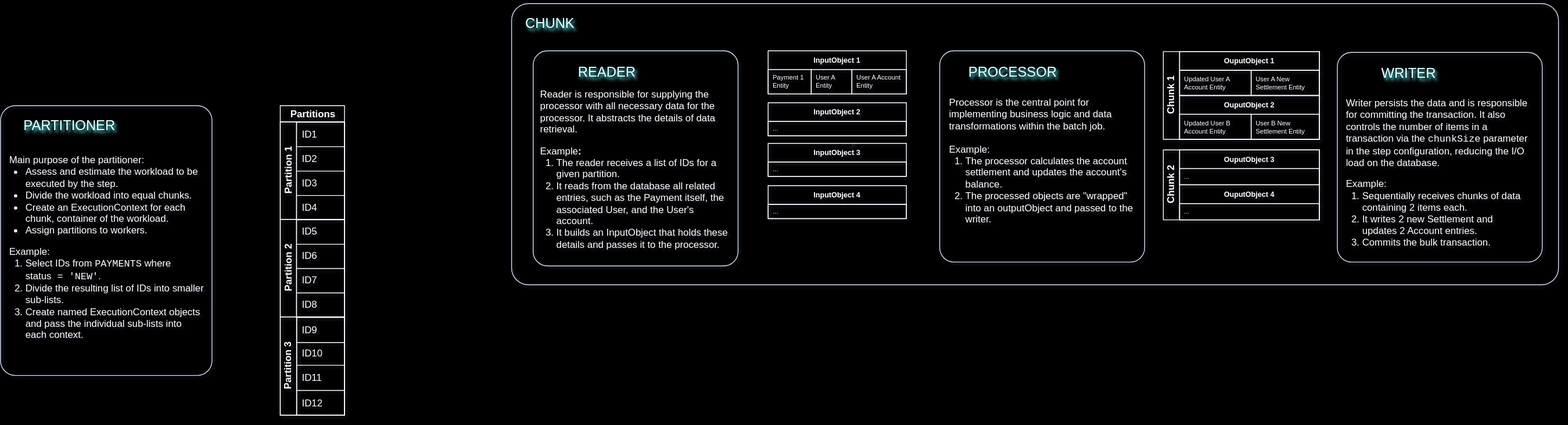
Above: public/images/spring-batch-data-flow.drawio.svg in gsaukov/spring-batch-demo (draw.io), before the change. Source tidied: cells renumbered, new cells last; positions are measured from the earlier drawing's top-left corner, leaving out a move shared by most shapes.
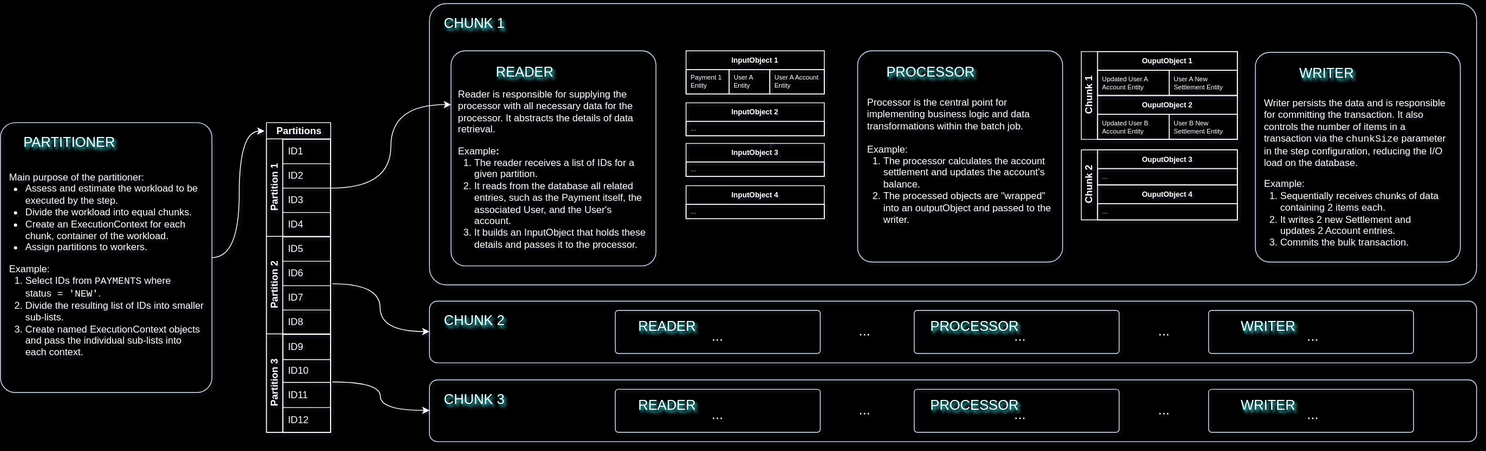
Above is the later version.

The edit, as a diff of the source:
```diff
@@ -11,14 +11,17 @@
     <mxCell id="4" style="rounded=1;whiteSpace=wrap;html=1;shadow=0;arcSize=7;fillColor=none;glass=0;perimeterSpacing=0;labelBorderColor=none;shadowOffsetX=2;shadowOpacity=80;shadowColor=#33FFFF;strokeColor=#D4E1F5;strokeWidth=1;shadowBlur=1;shadowOffsetY=2;" parent="1" vertex="1">
       <mxGeometry x="1155" y="58" width="252" height="260" as="geometry" />
     </mxCell>
+    <mxCell id="71" style="edgeStyle=orthogonalEdgeStyle;rounded=0;jettySize=auto;html=1;entryX=-0.03;entryY=0.027;entryDx=0;entryDy=0;entryPerimeter=0;strokeColor=#FFFFFF;curved=1;" parent="1" edge="1" source="5" target="14">
+      <mxGeometry relative="1" as="geometry" />
+    </mxCell>
     <mxCell id="5" style="rounded=1;whiteSpace=wrap;html=1;shadow=0;arcSize=7;fillColor=none;glass=0;perimeterSpacing=0;labelBorderColor=none;shadowOffsetX=2;shadowOpacity=80;shadowColor=#33FFFF;strokeColor=#D4E1F5;strokeWidth=1;shadowBlur=1;shadowOffsetY=2;" parent="1" vertex="1">
-      <mxGeometry y="125.5" width="260" height="332" as="geometry" />
+      <mxGeometry x="101" y="146.5" width="260" height="332" as="geometry" />
     </mxCell>
     <mxCell id="6" value="PARTITIONER" style="text;html=1;strokeColor=none;fillColor=none;align=center;verticalAlign=middle;whiteSpace=wrap;rounded=0;shadow=1;sketch=0;shadowColor=#33FFFF;textShadow=1;fontColor=#FFFFFF;shadowOpacity=80;fontSize=17;" parent="1" vertex="1">
-      <mxGeometry x="30" y="125.5" width="110" height="50" as="geometry" />
+      <mxGeometry x="131" y="146.5" width="110" height="50" as="geometry" />
     </mxCell>
     <mxCell id="7" value="&lt;p style=&quot;margin-bottom: 0px; margin-top: 12px;&quot;&gt;Main purpose of the partitioner:&lt;/p&gt;&lt;ul style=&quot;padding-left: 20px; margin-top: 0px;&quot;&gt;&lt;li&gt;&lt;span style=&quot;background-color: initial;&quot;&gt;Assess and estimate the workload to be executed by the step.&lt;/span&gt;&lt;/li&gt;&lt;li&gt;&lt;span style=&quot;background-color: initial;&quot;&gt;Divide the workload into equal chunks.&lt;/span&gt;&lt;/li&gt;&lt;li&gt;&lt;span style=&quot;background-color: initial;&quot;&gt;Create an ExecutionContext&lt;/span&gt;&lt;span style=&quot;background-color: initial;&quot;&gt;&amp;nbsp;for each chunk, container of the workload.&lt;/span&gt;&lt;/li&gt;&lt;li&gt;&lt;span style=&quot;background-color: initial;&quot;&gt;Assign partitions to workers.&lt;/span&gt;&lt;/li&gt;&lt;/ul&gt;&lt;p style=&quot;margin-top: 0px; margin-bottom: 0px;&quot;&gt;Example:&lt;/p&gt;&lt;ol style=&quot;padding-left: 20px; margin-top: 0px;&quot;&gt;&lt;li&gt;Select IDs from &lt;code&gt;PAYMENTS&lt;/code&gt; where status&lt;code&gt;&amp;nbsp;= 'NEW'&lt;/code&gt;.&lt;/li&gt;&lt;li&gt;Divide the resulting list of IDs into smaller sub-lists.&lt;/li&gt;&lt;li&gt;Create named ExecutionContext&amp;nbsp;objects and pass the individual sub-lists into each context.&lt;/li&gt;&lt;/ol&gt;" style="text;html=1;whiteSpace=wrap;overflow=hidden;rounded=0;fontColor=#FFFFFF;spacing=0;" parent="1" vertex="1">
-      <mxGeometry x="10.5" y="168.5" width="239" height="298" as="geometry" />
+      <mxGeometry x="111.5" y="189.5" width="239" height="298" as="geometry" />
     </mxCell>
     <mxCell id="8" value="PROCESSOR" style="text;html=1;strokeColor=none;fillColor=none;align=center;verticalAlign=middle;whiteSpace=wrap;rounded=0;shadow=1;sketch=0;shadowColor=#33FFFF;textShadow=1;fontColor=#FFFFFF;shadowOpacity=80;fontSize=17;" parent="1" vertex="1">
       <mxGeometry x="1189.5" y="60" width="110" height="50" as="geometry" />
@@ -32,14 +35,14 @@
     <mxCell id="11" value="&lt;p style=&quot;margin-top: 0px; margin-bottom: 0px;&quot;&gt;&lt;span style=&quot;background-color: initial;&quot;&gt;Writer persists the data and is responsible for committing the transaction. It also controls the number of items in a transaction via the &lt;/span&gt;&lt;code style=&quot;background-color: initial;&quot;&gt;chunkSize&lt;/code&gt;&lt;span style=&quot;background-color: initial;&quot;&gt; parameter in the step configuration, reducing the I/O load on the database.&lt;/span&gt;&lt;br&gt;&lt;/p&gt;&lt;p style=&quot;margin-bottom: 0px;&quot;&gt;Example:&lt;/p&gt;&lt;ol style=&quot;padding-left: 20px; margin-top: 0px; margin-bottom: 0px;&quot;&gt;&lt;li&gt;Sequentially receives chunks of data containing 2 items each.&lt;/li&gt;&lt;li&gt;It writes 2 new Settlement and updates 2 Account entries.&lt;/li&gt;&lt;li&gt;Commits the bulk transaction.&lt;/li&gt;&lt;/ol&gt;" style="text;html=1;whiteSpace=wrap;overflow=hidden;rounded=0;fontColor=#FFFFFF;spacing=0;" parent="1" vertex="1">
       <mxGeometry x="1655" y="111" width="222" height="200" as="geometry" />
     </mxCell>
-    <mxCell id="12" value="CHUNK" style="text;html=1;strokeColor=none;fillColor=none;align=center;verticalAlign=middle;whiteSpace=wrap;rounded=0;shadow=1;sketch=0;shadowColor=#33FFFF;textShadow=1;fontColor=#FFFFFF;shadowOpacity=80;fontSize=17;" parent="1" vertex="1">
-      <mxGeometry x="621" width="110" height="50" as="geometry" />
+    <mxCell id="12" value="CHUNK 1" style="text;html=1;strokeColor=none;fillColor=none;align=center;verticalAlign=middle;whiteSpace=wrap;rounded=0;shadow=1;sketch=0;shadowColor=#33FFFF;textShadow=1;fontColor=#FFFFFF;shadowOpacity=80;fontSize=17;" parent="1" vertex="1">
+      <mxGeometry x="628.5" width="110" height="50" as="geometry" />
     </mxCell>
     <mxCell id="13" style="group;" parent="1" vertex="1">
-      <mxGeometry x="344" y="125.5" width="120" height="381" as="geometry" />
+      <mxGeometry x="426" y="122" width="120" height="381" as="geometry" />
     </mxCell>
     <mxCell id="14" value="Partitions" style="swimlane;horizontal=1;startSize=20;html=1;fillColor=none;strokeColor=#FFFFFF;glass=0;fontColor=#FFFFFF;rounded=0;" parent="13" vertex="1">
-      <mxGeometry width="79" height="381" as="geometry" />
+      <mxGeometry x="2" y="24.5" width="79" height="381" as="geometry" />
     </mxCell>
     <mxCell id="15" value="Partition 1" style="swimlane;startSize=20;horizontal=0;html=1;strokeColor=#FFFFFF;glass=0;fontColor=#FFFFFF;fillColor=none;rounded=0;" parent="14" vertex="1">
       <mxGeometry y="20" width="79" height="120" as="geometry" />
@@ -78,7 +81,7 @@
       <mxGeometry width="59" height="31" as="geometry" />
     </mxCell>
     <mxCell id="27" style="shape=table;startSize=0;fontSize=11;fillColor=none;strokeColor=#FFFFFF;fontColor=#FFFFFF;" parent="1" vertex="1">
-      <mxGeometry x="364" y="146" width="59" height="240" as="geometry" />
+      <mxGeometry x="448" y="167" width="59" height="240" as="geometry" />
     </mxCell>
     <mxCell id="28" style="shape=tableRow;horizontal=0;startSize=0;swimlaneHead=0;swimlaneBody=0;strokeColor=inherit;top=0;left=0;bottom=0;right=0;fillColor=none;fontSize=16;" parent="27" vertex="1">
       <mxGeometry width="59" height="30" as="geometry" />
@@ -128,6 +131,9 @@
     <mxCell id="43" value="ID8" style="shape=partialRectangle;html=1;whiteSpace=wrap;strokeColor=inherit;overflow=hidden;fillColor=none;top=0;left=0;bottom=0;right=0;fontSize=12;align=left;spacingLeft=5;fontColor=#FFFFFF;" parent="42" vertex="1">
       <mxGeometry width="59" height="30" as="geometry" />
     </mxCell>
+    <mxCell id="72" style="edgeStyle=orthogonalEdgeStyle;rounded=0;jettySize=auto;html=1;exitX=1;exitY=0.25;exitDx=0;exitDy=0;entryX=1.003;entryY=-0.004;entryDx=0;entryDy=0;entryPerimeter=0;" parent="27" edge="1" source="27" target="32">
+      <mxGeometry relative="1" as="geometry" />
+    </mxCell>
     <mxCell id="44" value="InputObject 1" style="swimlane;fontColor=#FFFFFF;strokeColor=#FFFFFF;fillColor=none;fontSize=9;" parent="1" vertex="1">
       <mxGeometry x="944" y="58" width="170" height="53" as="geometry" />
     </mxCell>
@@ -212,5 +218,103 @@
     <mxCell id="70" value="..." style="text;strokeColor=#FFFFFF;fillColor=none;align=left;verticalAlign=middle;spacingLeft=4;spacingRight=4;overflow=hidden;whiteSpace=wrap;html=1;fontColor=#FFFFFF;fontSize=8;" parent="69" vertex="1">
       <mxGeometry y="23" width="172" height="20" as="geometry" />
     </mxCell>
+    <mxCell id="73" style="edgeStyle=orthogonalEdgeStyle;rounded=0;jettySize=auto;html=1;entryX=0;entryY=0.25;entryDx=0;entryDy=0;strokeColor=#FFFFFF;curved=1;exitX=1;exitY=0.25;exitDx=0;exitDy=0;" parent="1" edge="1" source="27" target="49">
+      <mxGeometry relative="1" as="geometry" />
+    </mxCell>
+    <mxCell id="74" style="rounded=1;whiteSpace=wrap;html=1;shadow=0;arcSize=13;fillColor=none;glass=0;perimeterSpacing=0;labelBorderColor=none;shadowOffsetX=2;shadowOpacity=80;shadowColor=#33FFFF;strokeColor=#D4E1F5;strokeWidth=1;shadowBlur=1;" parent="1" vertex="1">
+      <mxGeometry x="628.5" y="366" width="1287.5" height="76" as="geometry" />
+    </mxCell>
+    <mxCell id="75" value="CHUNK 2" style="text;html=1;strokeColor=none;fillColor=none;align=center;verticalAlign=middle;whiteSpace=wrap;rounded=0;shadow=1;sketch=0;shadowColor=#33FFFF;textShadow=1;fontColor=#FFFFFF;shadowOpacity=80;fontSize=17;" parent="1" vertex="1">
+      <mxGeometry x="628.5" y="366" width="110" height="50" as="geometry" />
+    </mxCell>
+    <mxCell id="76" style="rounded=1;whiteSpace=wrap;html=1;shadow=0;arcSize=13;fillColor=none;glass=0;perimeterSpacing=0;labelBorderColor=none;shadowOffsetX=2;shadowOpacity=80;shadowColor=#33FFFF;strokeColor=#D4E1F5;strokeWidth=1;shadowBlur=1;" parent="1" vertex="1">
+      <mxGeometry x="628.5" y="463" width="1287.5" height="76" as="geometry" />
+    </mxCell>
+    <mxCell id="77" value="CHUNK 3" style="text;html=1;strokeColor=none;fillColor=none;align=center;verticalAlign=middle;whiteSpace=wrap;rounded=0;shadow=1;sketch=0;shadowColor=#33FFFF;textShadow=1;fontColor=#FFFFFF;shadowOpacity=80;fontSize=17;" parent="1" vertex="1">
+      <mxGeometry x="628.5" y="463" width="110" height="50" as="geometry" />
+    </mxCell>
+    <mxCell id="78" style="group;" parent="1" vertex="1">
+      <mxGeometry x="857" y="377.5" width="981.5" height="53" as="geometry" />
+    </mxCell>
+    <mxCell id="79" style="rounded=1;whiteSpace=wrap;html=1;shadow=0;arcSize=7;fillColor=none;glass=0;perimeterSpacing=0;labelBorderColor=none;shadowOffsetX=2;shadowOpacity=80;shadowColor=#33FFFF;strokeColor=#D4E1F5;strokeWidth=1;shadowBlur=1;shadowOffsetY=2;" parent="78" vertex="1">
+      <mxGeometry width="252" height="53" as="geometry" />
+    </mxCell>
+    <mxCell id="80" value="READER" style="text;html=1;strokeColor=none;fillColor=none;align=center;verticalAlign=middle;whiteSpace=wrap;rounded=0;shadow=1;sketch=0;shadowColor=#33FFFF;textShadow=1;fontColor=#FFFFFF;shadowOpacity=80;fontSize=17;" parent="78" vertex="1">
+      <mxGeometry x="9" width="110" height="40.3" as="geometry" />
+    </mxCell>
+    <mxCell id="81" style="rounded=1;whiteSpace=wrap;html=1;shadow=0;arcSize=7;fillColor=none;glass=0;perimeterSpacing=0;labelBorderColor=none;shadowOffsetX=2;shadowOpacity=80;shadowColor=#33FFFF;strokeColor=#D4E1F5;strokeWidth=1;shadowBlur=1;shadowOffsetY=2;" parent="78" vertex="1">
+      <mxGeometry x="367.5" width="252" height="53" as="geometry" />
+    </mxCell>
+    <mxCell id="82" value="PROCESSOR" style="text;html=1;strokeColor=none;fillColor=none;align=center;verticalAlign=middle;whiteSpace=wrap;rounded=0;shadow=1;sketch=0;shadowColor=#33FFFF;textShadow=1;fontColor=#FFFFFF;shadowOpacity=80;fontSize=17;" parent="78" vertex="1">
+      <mxGeometry x="386.5" width="110" height="40.3" as="geometry" />
+    </mxCell>
+    <mxCell id="83" style="rounded=1;whiteSpace=wrap;html=1;shadow=0;arcSize=7;fillColor=none;glass=0;perimeterSpacing=0;labelBorderColor=none;shadowOffsetX=2;shadowOpacity=80;shadowColor=#33FFFF;strokeColor=#D4E1F5;strokeWidth=1;shadowBlur=1;shadowOffsetY=2;" parent="78" vertex="1">
+      <mxGeometry x="729.5" width="252" height="53" as="geometry" />
+    </mxCell>
+    <mxCell id="84" value="WRITER" style="text;html=1;strokeColor=none;fillColor=none;align=center;verticalAlign=middle;whiteSpace=wrap;rounded=0;shadow=1;sketch=0;shadowColor=#33FFFF;textShadow=1;fontColor=#FFFFFF;shadowOpacity=80;fontSize=17;" parent="78" vertex="1">
+      <mxGeometry x="748.5" width="110" height="40.3" as="geometry" />
+    </mxCell>
+    <mxCell id="85" value="..." style="text;html=1;strokeColor=none;fillColor=none;align=center;verticalAlign=middle;whiteSpace=wrap;rounded=0;shadow=0;sketch=0;shadowColor=#33FFFF;textShadow=0;fontColor=#FFFFFF;shadowOpacity=80;fontSize=17;" parent="78" vertex="1">
+      <mxGeometry x="71" y="12.7" width="110" height="40.3" as="geometry" />
+    </mxCell>
+    <mxCell id="86" value="..." style="text;html=1;strokeColor=none;fillColor=none;align=center;verticalAlign=middle;whiteSpace=wrap;rounded=0;shadow=0;sketch=0;shadowColor=#33FFFF;textShadow=0;fontColor=#FFFFFF;shadowOpacity=80;fontSize=17;" parent="78" vertex="1">
+      <mxGeometry x="443.5" y="12.7" width="110" height="40.3" as="geometry" />
+    </mxCell>
+    <mxCell id="87" value="..." style="text;html=1;strokeColor=none;fillColor=none;align=center;verticalAlign=middle;whiteSpace=wrap;rounded=0;shadow=0;sketch=0;shadowColor=#33FFFF;textShadow=0;fontColor=#FFFFFF;shadowOpacity=80;fontSize=17;" parent="78" vertex="1">
+      <mxGeometry x="803.5" y="12.7" width="110" height="40.3" as="geometry" />
+    </mxCell>
+    <mxCell id="88" value="..." style="text;html=1;strokeColor=none;fillColor=none;align=center;verticalAlign=middle;whiteSpace=wrap;rounded=0;shadow=0;sketch=0;shadowColor=#33FFFF;textShadow=0;fontColor=#FFFFFF;shadowOpacity=80;fontSize=17;" parent="78" vertex="1">
+      <mxGeometry x="252" y="6.4" width="110" height="40.3" as="geometry" />
+    </mxCell>
+    <mxCell id="89" value="..." style="text;html=1;strokeColor=none;fillColor=none;align=center;verticalAlign=middle;whiteSpace=wrap;rounded=0;shadow=0;sketch=0;shadowColor=#33FFFF;textShadow=0;fontColor=#FFFFFF;shadowOpacity=80;fontSize=17;" parent="78" vertex="1">
+      <mxGeometry x="619.5" y="6.4" width="110" height="40.3" as="geometry" />
+    </mxCell>
+    <mxCell id="90" style="group;" parent="1" vertex="1">
+      <mxGeometry x="857" y="474.5" width="981.5" height="53" as="geometry" />
+    </mxCell>
+    <mxCell id="91" style="rounded=1;whiteSpace=wrap;html=1;shadow=0;arcSize=7;fillColor=none;glass=0;perimeterSpacing=0;labelBorderColor=none;shadowOffsetX=2;shadowOpacity=80;shadowColor=#33FFFF;strokeColor=#D4E1F5;strokeWidth=1;shadowBlur=1;shadowOffsetY=2;" parent="90" vertex="1">
+      <mxGeometry width="252" height="53" as="geometry" />
+    </mxCell>
+    <mxCell id="92" value="READER" style="text;html=1;strokeColor=none;fillColor=none;align=center;verticalAlign=middle;whiteSpace=wrap;rounded=0;shadow=1;sketch=0;shadowColor=#33FFFF;textShadow=1;fontColor=#FFFFFF;shadowOpacity=80;fontSize=17;" parent="90" vertex="1">
+      <mxGeometry x="9" width="110" height="40.3" as="geometry" />
+    </mxCell>
+    <mxCell id="93" style="rounded=1;whiteSpace=wrap;html=1;shadow=0;arcSize=7;fillColor=none;glass=0;perimeterSpacing=0;labelBorderColor=none;shadowOffsetX=2;shadowOpacity=80;shadowColor=#33FFFF;strokeColor=#D4E1F5;strokeWidth=1;shadowBlur=1;shadowOffsetY=2;" parent="90" vertex="1">
+      <mxGeometry x="367.5" width="252" height="53" as="geometry" />
+    </mxCell>
+    <mxCell id="94" value="PROCESSOR" style="text;html=1;strokeColor=none;fillColor=none;align=center;verticalAlign=middle;whiteSpace=wrap;rounded=0;shadow=1;sketch=0;shadowColor=#33FFFF;textShadow=1;fontColor=#FFFFFF;shadowOpacity=80;fontSize=17;" parent="90" vertex="1">
+      <mxGeometry x="386.5" width="110" height="40.3" as="geometry" />
+    </mxCell>
+    <mxCell id="95" style="rounded=1;whiteSpace=wrap;html=1;shadow=0;arcSize=7;fillColor=none;glass=0;perimeterSpacing=0;labelBorderColor=none;shadowOffsetX=2;shadowOpacity=80;shadowColor=#33FFFF;strokeColor=#D4E1F5;strokeWidth=1;shadowBlur=1;shadowOffsetY=2;" parent="90" vertex="1">
+      <mxGeometry x="729.5" width="252" height="53" as="geometry" />
+    </mxCell>
+    <mxCell id="96" value="WRITER" style="text;html=1;strokeColor=none;fillColor=none;align=center;verticalAlign=middle;whiteSpace=wrap;rounded=0;shadow=1;sketch=0;shadowColor=#33FFFF;textShadow=1;fontColor=#FFFFFF;shadowOpacity=80;fontSize=17;" parent="90" vertex="1">
+      <mxGeometry x="748.5" width="110" height="40.3" as="geometry" />
+    </mxCell>
+    <mxCell id="97" value="..." style="text;html=1;strokeColor=none;fillColor=none;align=center;verticalAlign=middle;whiteSpace=wrap;rounded=0;shadow=0;sketch=0;shadowColor=#33FFFF;textShadow=0;fontColor=#FFFFFF;shadowOpacity=80;fontSize=17;" parent="90" vertex="1">
+      <mxGeometry x="71" y="12.7" width="110" height="40.3" as="geometry" />
+    </mxCell>
+    <mxCell id="98" value="..." style="text;html=1;strokeColor=none;fillColor=none;align=center;verticalAlign=middle;whiteSpace=wrap;rounded=0;shadow=0;sketch=0;shadowColor=#33FFFF;textShadow=0;fontColor=#FFFFFF;shadowOpacity=80;fontSize=17;" parent="90" vertex="1">
+      <mxGeometry x="443.5" y="12.7" width="110" height="40.3" as="geometry" />
+    </mxCell>
+    <mxCell id="99" value="..." style="text;html=1;strokeColor=none;fillColor=none;align=center;verticalAlign=middle;whiteSpace=wrap;rounded=0;shadow=0;sketch=0;shadowColor=#33FFFF;textShadow=0;fontColor=#FFFFFF;shadowOpacity=80;fontSize=17;" parent="90" vertex="1">
+      <mxGeometry x="803.5" y="12.7" width="110" height="40.3" as="geometry" />
+    </mxCell>
+    <mxCell id="100" value="..." style="text;html=1;strokeColor=none;fillColor=none;align=center;verticalAlign=middle;whiteSpace=wrap;rounded=0;shadow=0;sketch=0;shadowColor=#33FFFF;textShadow=0;fontColor=#FFFFFF;shadowOpacity=80;fontSize=17;" parent="90" vertex="1">
+      <mxGeometry x="252" y="6.4" width="110" height="40.3" as="geometry" />
+    </mxCell>
+    <mxCell id="101" value="..." style="text;html=1;strokeColor=none;fillColor=none;align=center;verticalAlign=middle;whiteSpace=wrap;rounded=0;shadow=0;sketch=0;shadowColor=#33FFFF;textShadow=0;fontColor=#FFFFFF;shadowOpacity=80;fontSize=17;" parent="90" vertex="1">
+      <mxGeometry x="619.5" y="6.4" width="110" height="40.3" as="geometry" />
+    </mxCell>
+    <mxCell id="102" style="edgeStyle=orthogonalEdgeStyle;rounded=0;jettySize=auto;html=1;entryX=0;entryY=0.75;entryDx=0;entryDy=0;strokeColor=#FFFFFF;curved=1;exitX=1.034;exitY=0.923;exitDx=0;exitDy=0;exitPerimeter=0;" parent="1" edge="1" source="38" target="75">
+      <mxGeometry relative="1" as="geometry" />
+    </mxCell>
+    <mxCell id="103" style="edgeStyle=orthogonalEdgeStyle;rounded=0;jettySize=auto;html=1;entryX=0;entryY=0.75;entryDx=0;entryDy=0;strokeColor=#FFFFFF;curved=1;exitX=1.034;exitY=-0.017;exitDx=0;exitDy=0;exitPerimeter=0;" parent="1" edge="1" source="23" target="77">
+      <mxGeometry relative="1" as="geometry">
+        <Array as="points">
+          <mxPoint x="568" y="466" />
+          <mxPoint x="568" y="501" />
+        </Array>
+      </mxGeometry>
+    </mxCell>
   </root>
 </mxGraphModel>
```
